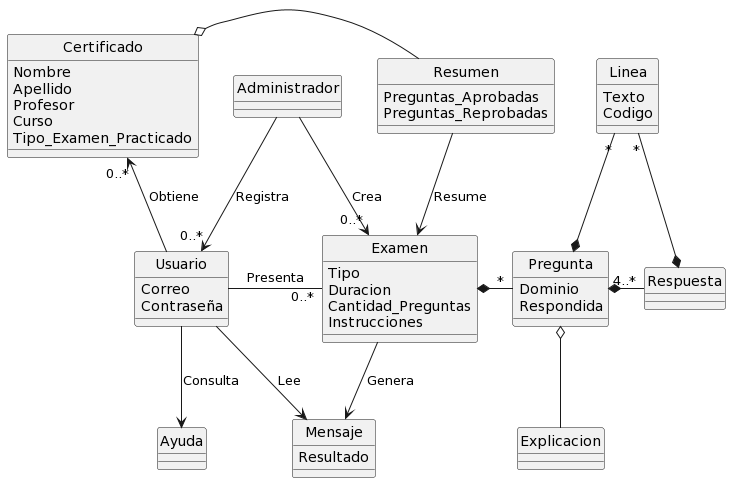
Above: Project-ClassDiagram/Project-ClassDiagram.png in TheSProyect/Ingenieria-de-Software (PlantUML), before the change. The source it was exported from:
```plantuml
@startuml
skinparam style strictuml

class "Administrador" as Admin

class "Certificado" as Certify {
    Nombre
    Apellido
    Profesor
    Curso
    Tipo_Examen_Practicado
}

class "Usuario" as User {
    Correo
    Contraseña
}

class "Examen" as Exam {
    Tipo
    Duracion
    Cantidad_Preguntas
    Instrucciones
}

class "Pregunta" as Question{
    Dominio
    Respondida
}

class "Respuesta" as Answer{

}

class "Resumen" as Summary{
    Preguntas_Aprobadas
    Preguntas_Reprobadas
}

class "Explicacion" as Explanation

class "Linea" as Code {
    Texto
    Codigo
}

class "Ayuda" as Help

class "Mensaje" as Message {
    Resultado
}

Question o-- Explanation

Admin --> "0..*" Exam : Crea

Admin --> "0..*" User : Registra

Question *-r- "4..*" Answer

User -r- "0..*" Exam : Presenta

Exam *-r- "*" Question

Summary -l-o Certify

Certify "0..*" <-down- User : Obtiene

Code "*" --* Answer

Code "*" --* Question

Summary --> Exam : Resume

User --> Help : Consulta

User --> Message : Lee

Exam --> Message : Genera
@enduml
```
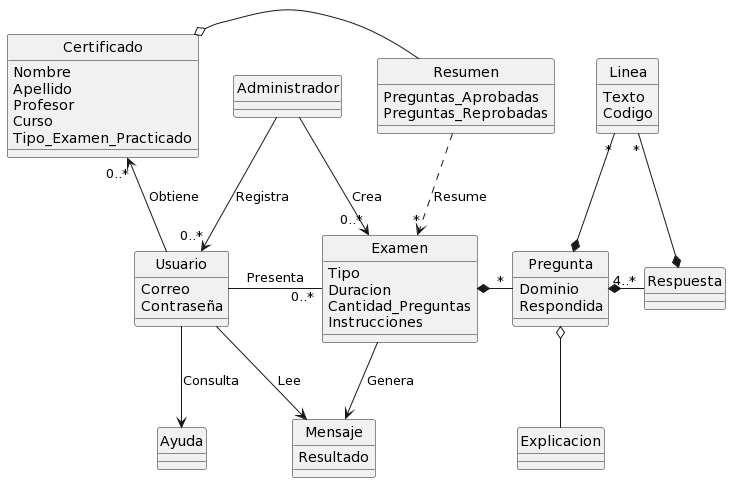
The same file after the commit.

Change to the diagram source:
```diff
@@ -70,7 +70,7 @@
 
 Code "*" --* Question
 
-Summary --> Exam : Resume
+Summary ..> "*" Exam : Resume
 
 User --> Help : Consulta
 
```
